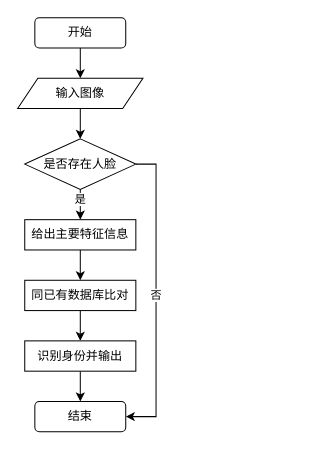
Above: shumozuoye.drawio in PhysicsZhang/KnowledgeGraph (draw.io), before the change. Source tidied: cells renumbered, new cells numbered last; positions are measured from the earlier drawing's top-left corner, leaving out a move shared by most shapes. Both pictures are drawn from the tidied source at 101%, with x=0, y=0 at pixel (17, 17).
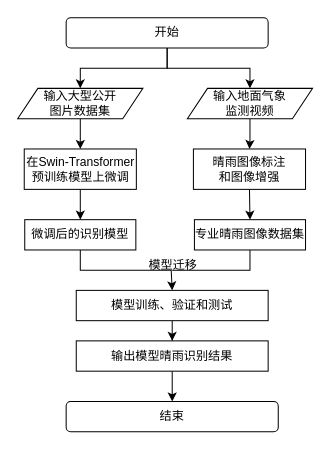
After the change.

Diff of the diagram source:
```diff
@@
-    <mxCell id="2" style="edgeStyle=orthogonalEdgeStyle;rounded=0;jettySize=auto;html=1;exitX=0.5;exitY=1;exitDx=0;exitDy=0;" parent="1" edge="1" source="3" target="5">
+    <mxCell id="2" style="edgeStyle=orthogonalEdgeStyle;rounded=0;jettySize=auto;html=1;exitX=0.5;exitY=1;exitDx=0;exitDy=0;entryX=0.5;entryY=0;entryDx=0;entryDy=0;" parent="1" edge="1" source="3" target="5">
       <mxGeometry relative="1" as="geometry" />
     </mxCell>
+    <mxCell id="16" style="edgeStyle=orthogonalEdgeStyle;rounded=0;jettySize=auto;html=1;exitX=0.5;exitY=1;exitDx=0;exitDy=0;entryX=0.5;entryY=0;entryDx=0;entryDy=0;" parent="1" edge="1" source="3" target="22">
+      <mxGeometry relative="1" as="geometry" />
+    </mxCell>
     <mxCell id="3" value="开始" style="rounded=1;whiteSpace=wrap;html=1;" parent="1" vertex="1">
-      <mxGeometry x="17" width="90" height="30" as="geometry" />
+      <mxGeometry x="48" width="200" height="30" as="geometry" />
     </mxCell>
-    <mxCell id="4" style="edgeStyle=orthogonalEdgeStyle;rounded=0;jettySize=auto;html=1;exitX=0.5;exitY=1;exitDx=0;exitDy=0;" parent="1" edge="1" source="5" target="8">
+    <mxCell id="4" style="edgeStyle=orthogonalEdgeStyle;rounded=0;jettySize=auto;html=1;exitX=0.5;exitY=1;exitDx=0;exitDy=0;entryX=0.5;entryY=0;entryDx=0;entryDy=0;" parent="1" edge="1" source="5" target="18">
       <mxGeometry relative="1" as="geometry" />
     </mxCell>
-    <mxCell id="5" value="输入图像" style="shape=parallelogram;perimeter=parallelogramPerimeter;whiteSpace=wrap;html=1;fixedSize=1;" parent="1" vertex="1">
-      <mxGeometry y="60" width="124" height="30" as="geometry" />
+    <mxCell id="5" value="输入大型公开&lt;div&gt;图片数据集&lt;/div&gt;" style="shape=parallelogram;perimeter=parallelogramPerimeter;whiteSpace=wrap;html=1;fixedSize=1;" parent="1" vertex="1">
+      <mxGeometry y="70" width="124" height="30" as="geometry" />
     </mxCell>
-    <mxCell id="6" value="是" style="edgeStyle=orthogonalEdgeStyle;rounded=0;jettySize=auto;html=1;exitX=0.5;exitY=1;exitDx=0;exitDy=0;" parent="1" edge="1" source="8" target="10">
-      <mxGeometry x="0.2" relative="1" as="geometry" />
-    </mxCell>
-    <mxCell id="7" value="否" style="edgeStyle=orthogonalEdgeStyle;rounded=0;jettySize=auto;html=1;exitX=1;exitY=0.5;exitDx=0;exitDy=0;entryX=1;entryY=0.5;entryDx=0;entryDy=0;" parent="1" edge="1" source="8" target="15">
-      <mxGeometry relative="1" as="geometry" />
-    </mxCell>
-    <mxCell id="8" value="是否存在人脸" style="rhombus;whiteSpace=wrap;html=1;" parent="1" vertex="1">
-      <mxGeometry x="7" y="120" width="110" height="50" as="geometry" />
-    </mxCell>
-    <mxCell id="9" style="edgeStyle=orthogonalEdgeStyle;rounded=0;jettySize=auto;html=1;exitX=0.5;exitY=1;exitDx=0;exitDy=0;" parent="1" edge="1" source="10" target="12">
-      <mxGeometry relative="1" as="geometry" />
+    <mxCell id="9" style="edgeStyle=orthogonalEdgeStyle;rounded=0;jettySize=auto;html=1;exitX=0.5;exitY=1;exitDx=0;exitDy=0;entryX=0.5;entryY=0;entryDx=0;entryDy=0;" parent="1" edge="1" source="10" target="12">
+      <mxGeometry relative="1" as="geometry">
+        <Array as="points">
+          <mxPoint x="62" y="250" />
+          <mxPoint x="152" y="250" />
+        </Array>
+      </mxGeometry>
     </mxCell>
-    <mxCell id="10" value="给出主要特征信息" style="rounded=0;whiteSpace=wrap;html=1;glass=0;" parent="1" vertex="1">
+    <mxCell id="10" value="微调后的识别模型" style="rounded=0;whiteSpace=wrap;html=1;glass=0;" parent="1" vertex="1">
       <mxGeometry x="7" y="200" width="110" height="30" as="geometry" />
     </mxCell>
@@
-    <mxCell id="12" value="同已有数据库比对" style="rounded=0;whiteSpace=wrap;html=1;glass=0;" parent="1" vertex="1">
-      <mxGeometry x="7" y="260" width="110" height="30" as="geometry" />
+    <mxCell id="12" value="模型训练、验证和测试" style="rounded=0;whiteSpace=wrap;html=1;glass=0;" parent="1" vertex="1">
+      <mxGeometry x="58" y="270" width="190" height="30" as="geometry" />
     </mxCell>
@@
-    <mxCell id="14" value="识别身份并输出" style="rounded=0;whiteSpace=wrap;html=1;glass=0;" parent="1" vertex="1">
-      <mxGeometry x="7" y="320" width="110" height="30" as="geometry" />
+    <mxCell id="14" value="输出模型晴雨识别结果" style="rounded=0;whiteSpace=wrap;html=1;glass=0;" parent="1" vertex="1">
+      <mxGeometry x="58" y="320" width="190" height="30" as="geometry" />
     </mxCell>
     <mxCell id="15" value="结束" style="rounded=1;whiteSpace=wrap;html=1;" parent="1" vertex="1">
-      <mxGeometry x="17" y="380" width="90" height="30" as="geometry" />
+      <mxGeometry x="48" y="380" width="210" height="30" as="geometry" />
     </mxCell>
+    <mxCell id="17" style="edgeStyle=orthogonalEdgeStyle;rounded=0;jettySize=auto;html=1;exitX=0.5;exitY=1;exitDx=0;exitDy=0;entryX=0.5;entryY=0;entryDx=0;entryDy=0;" parent="1" edge="1" source="18" target="10">
+      <mxGeometry relative="1" as="geometry" />
+    </mxCell>
+    <mxCell id="18" value="在Swin-Transformer预训练模型上微调" style="rounded=0;whiteSpace=wrap;html=1;glass=0;" parent="1" vertex="1">
+      <mxGeometry x="6.5" y="130" width="111" height="40" as="geometry" />
+    </mxCell>
+    <mxCell id="19" style="edgeStyle=orthogonalEdgeStyle;rounded=0;jettySize=auto;html=1;exitX=0.5;exitY=1;exitDx=0;exitDy=0;endArrow=none;endFill=0;" parent="1" edge="1" source="20">
+      <mxGeometry relative="1" as="geometry">
+        <mxPoint x="153" y="250" as="targetPoint" />
+        <Array as="points">
+          <mxPoint x="230" y="250" />
+          <mxPoint x="153" y="250" />
+        </Array>
+      </mxGeometry>
+    </mxCell>
+    <mxCell id="20" value="专业晴雨图像数据集" style="rounded=0;whiteSpace=wrap;html=1;glass=0;" parent="1" vertex="1">
+      <mxGeometry x="175" y="200" width="110" height="30" as="geometry" />
+    </mxCell>
+    <mxCell id="21" style="edgeStyle=orthogonalEdgeStyle;rounded=0;jettySize=auto;html=1;exitX=0.5;exitY=1;exitDx=0;exitDy=0;" parent="1" edge="1" source="22" target="24">
+      <mxGeometry relative="1" as="geometry" />
+    </mxCell>
+    <mxCell id="22" value="输入地面气象&lt;div&gt;监测&lt;span style=&quot;background-color: initial;&quot;&gt;视频&lt;/span&gt;&lt;/div&gt;" style="shape=parallelogram;perimeter=parallelogramPerimeter;whiteSpace=wrap;html=1;fixedSize=1;" parent="1" vertex="1">
+      <mxGeometry x="168" y="70" width="124" height="30" as="geometry" />
+    </mxCell>
+    <mxCell id="23" style="edgeStyle=orthogonalEdgeStyle;rounded=0;jettySize=auto;html=1;exitX=0.5;exitY=1;exitDx=0;exitDy=0;entryX=0.5;entryY=0;entryDx=0;entryDy=0;" parent="1" edge="1" source="24" target="20">
+      <mxGeometry relative="1" as="geometry" />
+    </mxCell>
+    <mxCell id="24" value="晴雨图像标注&lt;div&gt;和图像增强&lt;/div&gt;" style="rounded=0;whiteSpace=wrap;html=1;glass=0;" parent="1" vertex="1">
+      <mxGeometry x="174" y="130" width="111" height="40" as="geometry" />
+    </mxCell>
+    <mxCell id="25" value="模型迁移" style="text;html=1;align=center;verticalAlign=middle;whiteSpace=wrap;rounded=0;" parent="1" vertex="1">
+      <mxGeometry x="124" y="230" width="60" height="30" as="geometry" />
+    </mxCell>
```
